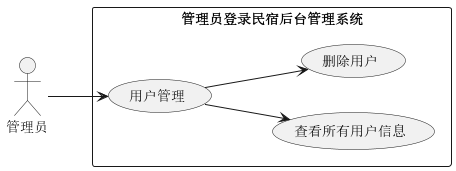
This is src/main/resources/puml图片/用例/订单管理模块.png from will-liao/homestay, a PlantUML export, as it was before one commit.
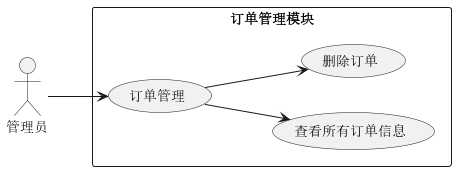
After the commit.

Change to the diagram source:
```diff
@@ -2,9 +2,9 @@
 left to right direction
 skinparam packageStyle rectangle
 actor 管理员
-rectangle 管理员登录民宿后台管理系统{
-    管理员 --> (用户管理)
-    (用户管理) --> (查看所有用户信息)
-    (用户管理) --> (删除用户)
+rectangle 订单管理模块{
+    管理员 --> (订单管理)
+    (订单管理) --> (查看所有订单信息)
+    (订单管理) --> (删除订单)
 }
 @enduml
```
